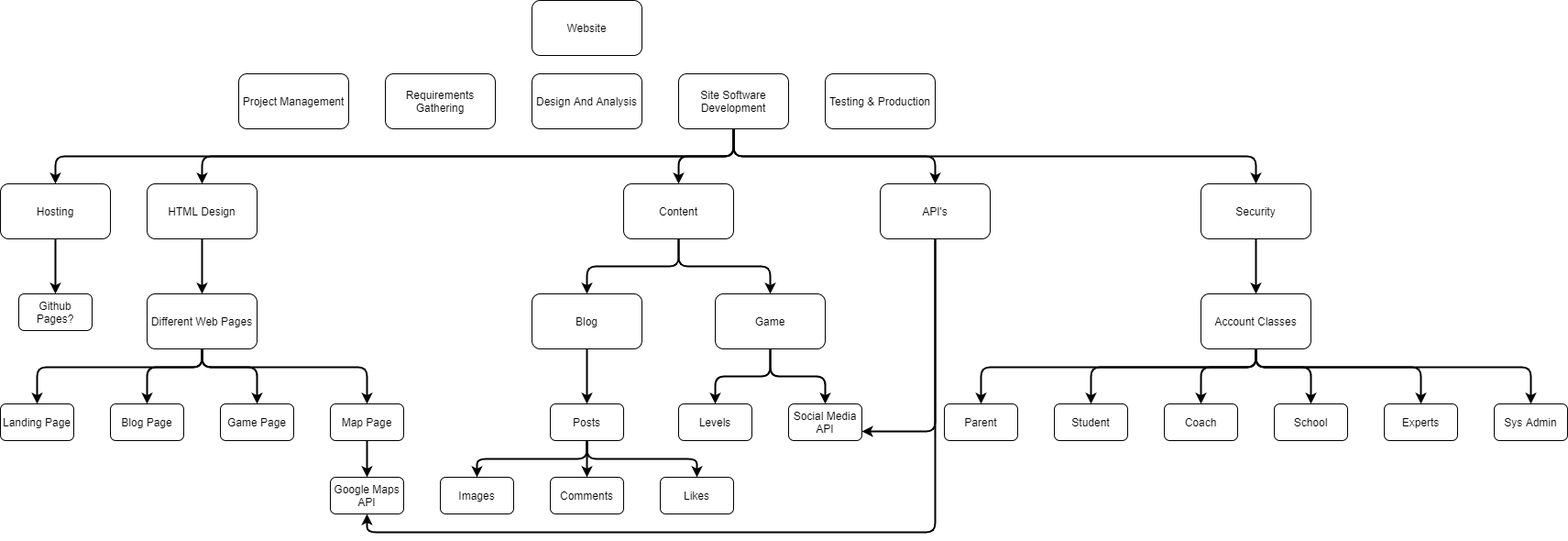
Earlier version of the draw.io export Deliverables/Week_5/Work Breakdown Structure.png (Hanandrof/Group-3-Repository). Source tidied: cells renumbered, new cells last; positions are measured from the earlier drawing's top-left corner, leaving out a move shared by most shapes.
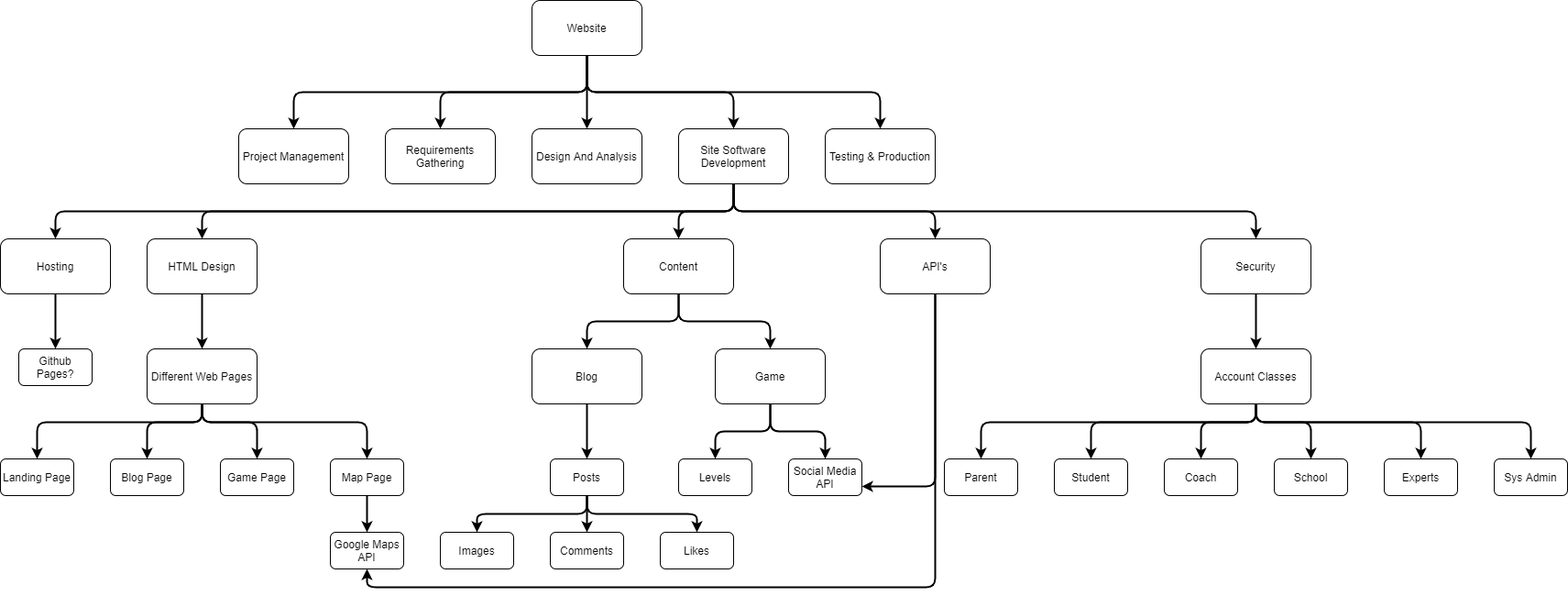
Above is the later version.

Change to the diagram source:
```diff
@@ -2,8 +2,43 @@
   <root>
     <mxCell id="0" />
     <mxCell id="1" parent="0" />
+    <mxCell id="64" style="edgeStyle=orthogonalEdgeStyle;rounded=1;jettySize=auto;html=1;strokeWidth=2;" parent="1" edge="1" source="2" target="44">
+      <mxGeometry relative="1" as="geometry">
+        <Array as="points">
+          <mxPoint x="640" y="40" />
+          <mxPoint x="320" y="40" />
+        </Array>
+      </mxGeometry>
+    </mxCell>
+    <mxCell id="65" style="edgeStyle=orthogonalEdgeStyle;rounded=1;jettySize=auto;html=1;entryX=0.5;entryY=0;entryDx=0;entryDy=0;strokeWidth=2;" parent="1" edge="1" source="2" target="45">
+      <mxGeometry relative="1" as="geometry">
+        <Array as="points">
+          <mxPoint x="640" y="40" />
+          <mxPoint x="480" y="40" />
+        </Array>
+      </mxGeometry>
+    </mxCell>
+    <mxCell id="66" style="edgeStyle=orthogonalEdgeStyle;rounded=1;jettySize=auto;html=1;strokeWidth=2;" parent="1" edge="1" source="2" target="46">
+      <mxGeometry relative="1" as="geometry" />
+    </mxCell>
+    <mxCell id="67" style="edgeStyle=orthogonalEdgeStyle;rounded=1;jettySize=auto;html=1;strokeWidth=2;" parent="1" edge="1" source="2" target="52">
+      <mxGeometry relative="1" as="geometry">
+        <Array as="points">
+          <mxPoint x="640" y="40" />
+          <mxPoint x="800" y="40" />
+        </Array>
+      </mxGeometry>
+    </mxCell>
+    <mxCell id="68" style="edgeStyle=orthogonalEdgeStyle;rounded=1;jettySize=auto;html=1;strokeWidth=2;" parent="1" edge="1" source="2" target="53">
+      <mxGeometry relative="1" as="geometry">
+        <Array as="points">
+          <mxPoint x="640" y="40" />
+          <mxPoint x="960" y="40" />
+        </Array>
+      </mxGeometry>
+    </mxCell>
     <mxCell id="2" value="Website" style="rounded=1;whiteSpace=wrap;html=1;" parent="1" vertex="1">
-      <mxGeometry x="580" width="120" height="60" as="geometry" />
+      <mxGeometry x="580" y="-60" width="120" height="60" as="geometry" />
     </mxCell>
     <mxCell id="3" style="edgeStyle=orthogonalEdgeStyle;jettySize=auto;html=1;entryX=0.5;entryY=0;entryDx=0;entryDy=0;strokeWidth=2;rounded=1;" parent="1" edge="1" source="9" target="22">
       <mxGeometry relative="1" as="geometry">
```
